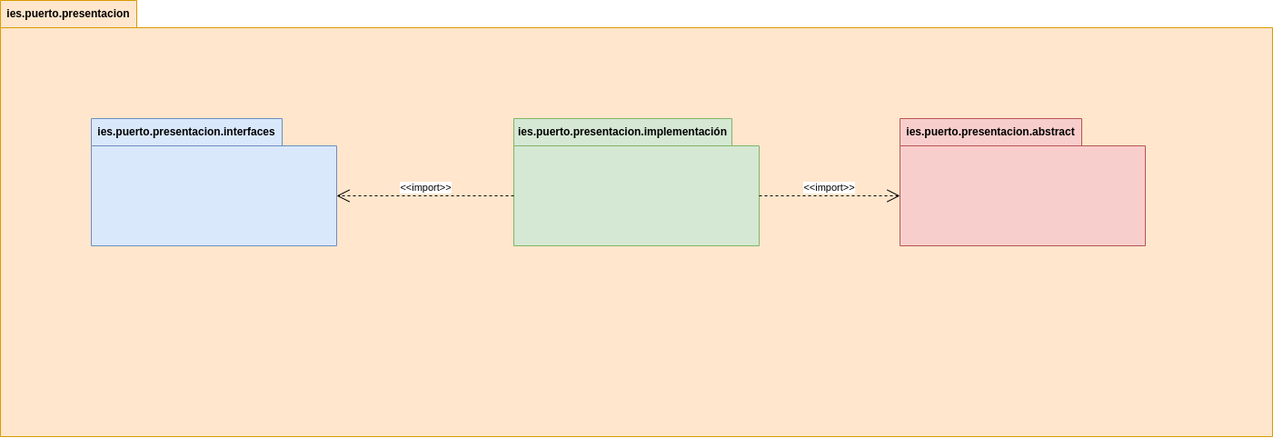
Above: PruebaDiagramaPaquetes.png in PeterMartEsc/ETS (draw.io), before the change. Source tidied: cells renumbered, new cells last; positions are measured from the earlier drawing's top-left corner, leaving out a move shared by most shapes.
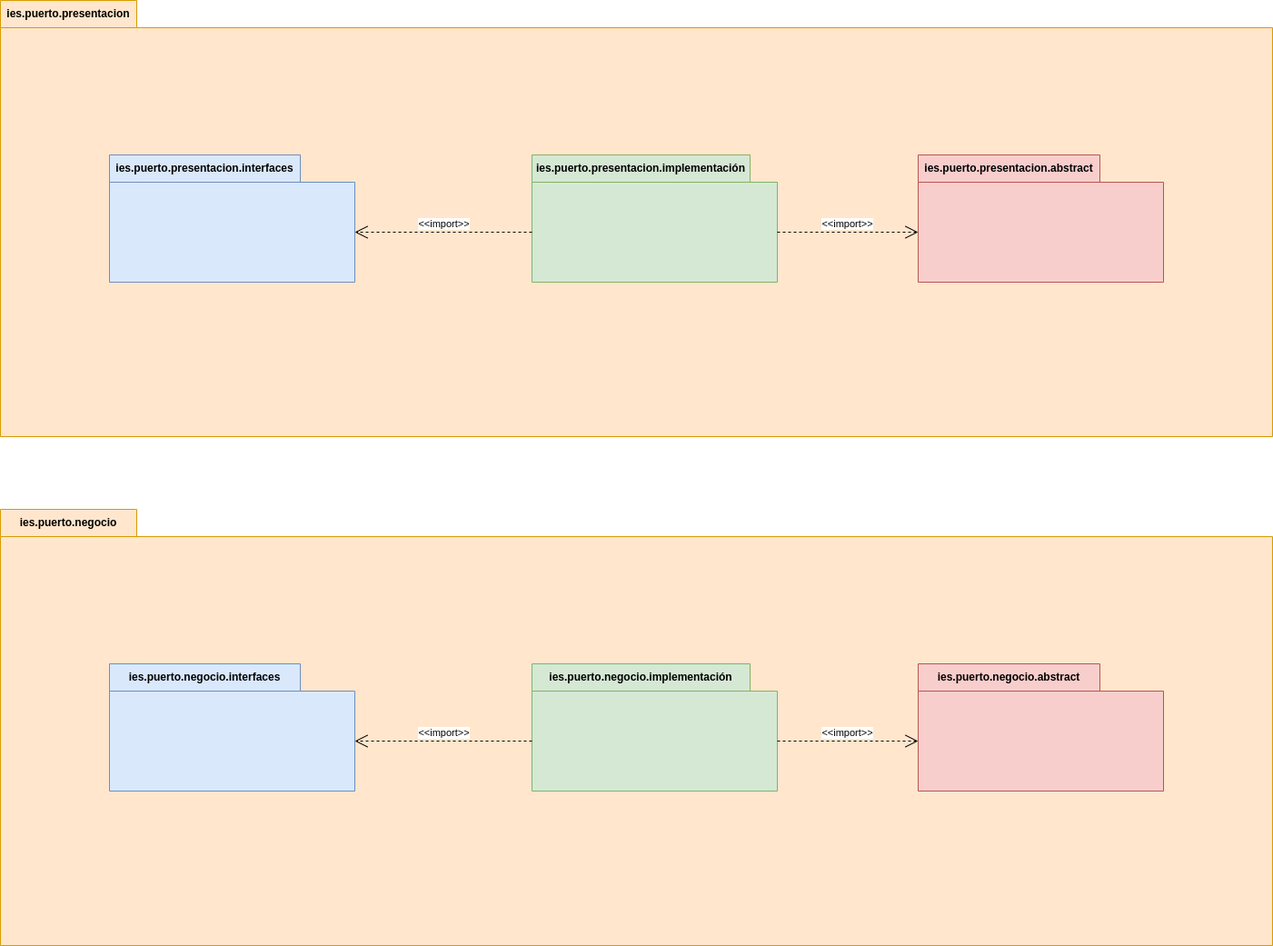
Later version of the same file.

The edit, as a diff of the source:
```diff
@@ -6,13 +6,13 @@
       <mxGeometry width="1400" height="480" as="geometry" />
     </mxCell>
     <mxCell id="3" value="ies.puerto.presentacion.abstract" style="shape=folder;fontStyle=1;tabWidth=200;tabHeight=30;tabPosition=left;html=1;boundedLbl=1;labelInHeader=1;whiteSpace=wrap;fillColor=#f8cecc;strokeColor=#b85450;" parent="2" vertex="1">
-      <mxGeometry x="990" y="130" width="270" height="140" as="geometry" />
+      <mxGeometry x="1010" y="170" width="270" height="140" as="geometry" />
     </mxCell>
     <mxCell id="4" value="ies.puerto.presentacion.interfaces" style="shape=folder;fontStyle=1;tabWidth=210;tabHeight=30;tabPosition=left;html=1;boundedLbl=1;labelInHeader=1;whiteSpace=wrap;fillColor=#dae8fc;strokeColor=#6c8ebf;" parent="2" vertex="1">
-      <mxGeometry x="100" y="130" width="270" height="140" as="geometry" />
+      <mxGeometry x="120" y="170" width="270" height="140" as="geometry" />
     </mxCell>
     <mxCell id="5" value="ies.puerto.presentacion.implementación" style="shape=folder;fontStyle=1;tabWidth=240;tabHeight=30;tabPosition=left;html=1;boundedLbl=1;labelInHeader=1;whiteSpace=wrap;fillColor=#d5e8d4;strokeColor=#82b366;" parent="2" vertex="1">
-      <mxGeometry x="565" y="130" width="270" height="140" as="geometry" />
+      <mxGeometry x="585" y="170" width="270" height="140" as="geometry" />
     </mxCell>
     <mxCell id="6" value="&amp;lt;&amp;lt;import&amp;gt;&amp;gt;" style="edgeStyle=none;html=1;endArrow=open;endSize=12;dashed=1;verticalAlign=bottom;rounded=0;exitX=0;exitY=0;exitDx=270;exitDy=85;exitPerimeter=0;entryX=0;entryY=0;entryDx=0;entryDy=85;entryPerimeter=0;" parent="2" edge="1" source="5" target="3">
       <mxGeometry relative="1" as="geometry" />
@@ -20,5 +20,23 @@
     <mxCell id="7" value="&amp;lt;&amp;lt;import&amp;gt;&amp;gt;" style="edgeStyle=none;html=1;endArrow=open;endSize=12;dashed=1;verticalAlign=bottom;rounded=0;exitX=0;exitY=0;exitDx=0;exitDy=85;exitPerimeter=0;entryX=0;entryY=0;entryDx=270;entryDy=85;entryPerimeter=0;" parent="2" edge="1" source="5" target="4">
       <mxGeometry relative="1" as="geometry" />
     </mxCell>
+    <mxCell id="8" value="ies.puerto.negocio" style="shape=folder;fontStyle=1;tabWidth=150;tabHeight=30;tabPosition=left;html=1;boundedLbl=1;labelInHeader=1;whiteSpace=wrap;fillColor=#ffe6cc;strokeColor=#d79b00;" parent="1" vertex="1">
+      <mxGeometry y="560" width="1400" height="480" as="geometry" />
+    </mxCell>
+    <mxCell id="9" value="ies.puerto.negocio.abstract" style="shape=folder;fontStyle=1;tabWidth=200;tabHeight=30;tabPosition=left;html=1;boundedLbl=1;labelInHeader=1;whiteSpace=wrap;fillColor=#f8cecc;strokeColor=#b85450;" parent="8" vertex="1">
+      <mxGeometry x="1010" y="170" width="270" height="140" as="geometry" />
+    </mxCell>
+    <mxCell id="10" value="ies.puerto.negocio.interfaces" style="shape=folder;fontStyle=1;tabWidth=210;tabHeight=30;tabPosition=left;html=1;boundedLbl=1;labelInHeader=1;whiteSpace=wrap;fillColor=#dae8fc;strokeColor=#6c8ebf;" parent="8" vertex="1">
+      <mxGeometry x="120" y="170" width="270" height="140" as="geometry" />
+    </mxCell>
+    <mxCell id="11" value="ies.puerto.negocio.implementación" style="shape=folder;fontStyle=1;tabWidth=240;tabHeight=30;tabPosition=left;html=1;boundedLbl=1;labelInHeader=1;whiteSpace=wrap;fillColor=#d5e8d4;strokeColor=#82b366;" parent="8" vertex="1">
+      <mxGeometry x="585" y="170" width="270" height="140" as="geometry" />
+    </mxCell>
+    <mxCell id="12" value="&amp;lt;&amp;lt;import&amp;gt;&amp;gt;" style="edgeStyle=none;html=1;endArrow=open;endSize=12;dashed=1;verticalAlign=bottom;rounded=0;exitX=0;exitY=0;exitDx=270;exitDy=85;exitPerimeter=0;entryX=0;entryY=0;entryDx=0;entryDy=85;entryPerimeter=0;" parent="8" edge="1" source="11" target="9">
+      <mxGeometry relative="1" as="geometry" />
+    </mxCell>
+    <mxCell id="13" value="&amp;lt;&amp;lt;import&amp;gt;&amp;gt;" style="edgeStyle=none;html=1;endArrow=open;endSize=12;dashed=1;verticalAlign=bottom;rounded=0;exitX=0;exitY=0;exitDx=0;exitDy=85;exitPerimeter=0;entryX=0;entryY=0;entryDx=270;entryDy=85;entryPerimeter=0;" parent="8" edge="1" source="11" target="10">
+      <mxGeometry relative="1" as="geometry" />
+    </mxCell>
   </root>
 </mxGraphModel>
```
